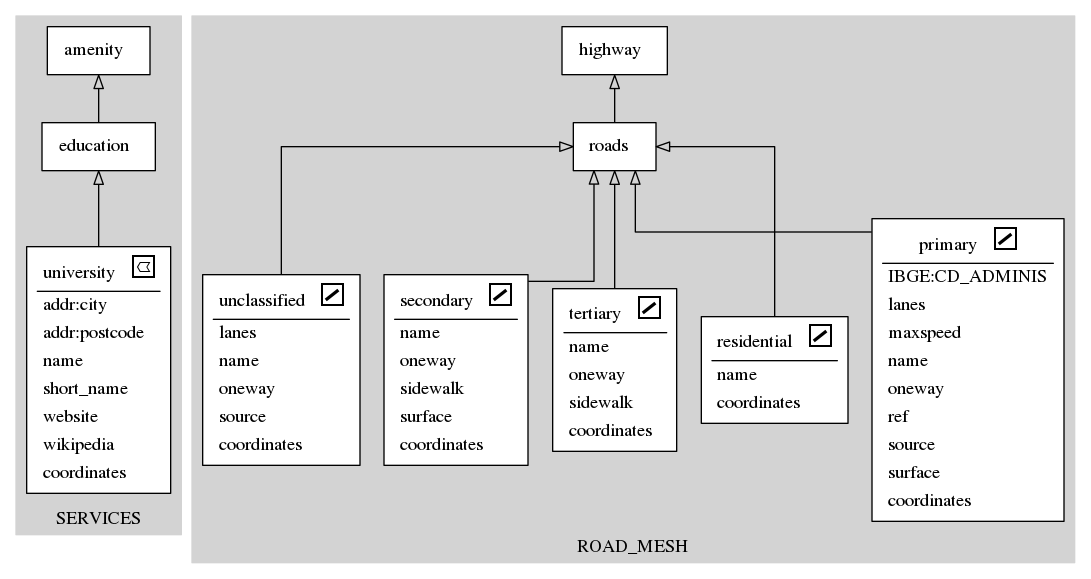
vinisperandio/OSM2Diagram_optmizated keeps this Graphviz diagram as schema.gv.png. Above is the earlier version. Its source is kept beside it as schema.gv. The source it was exported from:
```dot
digraph structs {
	node [shape=box]
	subgraph cluster_SERVICES {
		node [color=black style=filled]
		color=lightgrey style=filled
		label=SERVICES
		0[style = "filled, bold" penwidth = "1" fillcolor="white" label=<
			<TABLE color="black" border="0">
			 <TR>
				<TD align="center"><font color="black">university</font>
				<font FACE="sigmoda" POINT-SIZE="20.0"> e</font></TD>
			</TR>
			<hr/>
			<TR>
				<TD align="left">addr:city</TD>
			 </TR>
			<TR>
				<TD align="left">addr:postcode</TD>
			 </TR>
			<TR>
				<TD align="left">name</TD>
			 </TR>
			<TR>
				<TD align="left">short_name</TD>
			 </TR>
			<TR>
				<TD align="left">website</TD>
			 </TR>
			<TR>
				<TD align="left">wikipedia</TD>
			 </TR>
			<TR>
				<TD align="left">coordinates</TD>
			 </TR>
			</TABLE>>]
		1[style = "filled, bold" penwidth = "1" fillcolor="white" label=<
			<TABLE color="black" border="0">
			 <TR>
				<TD align="center"><font color="black">amenity</font>  </TD>
			</TR>
			</TABLE>>]
		2[style = "filled, bold" penwidth = "1" fillcolor="white" label=<
			<TABLE color="black" border="0">
			 <TR>
				<TD align="center"><font color="black">education</font>  </TD>
			</TR>
			</TABLE>>]
	}
	subgraph cluster_HEALTH {
		node [color=black style=filled]
		color=lightgrey style=filled
		label=HEALTH
	}
	subgraph cluster_ROAD_MESH {
		node [color=black style=filled]
		color=lightgrey style=filled
		label=ROAD_MESH
		3[style = "filled, bold" penwidth = "1" fillcolor="white" label=<
			<TABLE color="black" border="0">
			 <TR>
				<TD align="center"><font color="black">primary</font>
				<font FACE="sigmoda" POINT-SIZE="20.0"> w</font></TD>
			</TR>
			<hr/>
			<TR>
				<TD align="left">IBGE:CD_ADMINIS</TD>
			 </TR>
			<TR>
				<TD align="left">lanes</TD>
			 </TR>
			<TR>
				<TD align="left">maxspeed</TD>
			 </TR>
			<TR>
				<TD align="left">name</TD>
			 </TR>
			<TR>
				<TD align="left">oneway</TD>
			 </TR>
			<TR>
				<TD align="left">ref</TD>
			 </TR>
			<TR>
				<TD align="left">source</TD>
			 </TR>
			<TR>
				<TD align="left">surface</TD>
			 </TR>
			<TR>
				<TD align="left">coordinates</TD>
			 </TR>
			</TABLE>>]
		4[style = "filled, bold" penwidth = "1" fillcolor="white" label=<
			<TABLE color="black" border="0">
			 <TR>
				<TD align="center"><font color="black">highway</font>  </TD>
			</TR>
			</TABLE>>]
		5[style = "filled, bold" penwidth = "1" fillcolor="white" label=<
			<TABLE color="black" border="0">
			 <TR>
				<TD align="center"><font color="black">residential</font>
				<font FACE="sigmoda" POINT-SIZE="20.0"> w</font></TD>
			</TR>
			<hr/>
			<TR>
				<TD align="left">name</TD>
			 </TR>
			<TR>
				<TD align="left">coordinates</TD>
			 </TR>
			</TABLE>>]
		6[style = "filled, bold" penwidth = "1" fillcolor="white" label=<
			<TABLE color="black" border="0">
			 <TR>
				<TD align="center"><font color="black">tertiary</font>
				<font FACE="sigmoda" POINT-SIZE="20.0"> w</font></TD>
			</TR>
			<hr/>
			<TR>
				<TD align="left">name</TD>
			 </TR>
			<TR>
				<TD align="left">oneway</TD>
			 </TR>
			<TR>
				<TD align="left">sidewalk</TD>
			 </TR>
			<TR>
				<TD align="left">coordinates</TD>
			 </TR>
			</TABLE>>]
		7[style = "filled, bold" penwidth = "1" fillcolor="white" label=<
			<TABLE color="black" border="0">
			 <TR>
				<TD align="center"><font color="black">secondary</font>
				<font FACE="sigmoda" POINT-SIZE="20.0"> w</font></TD>
			</TR>
			<hr/>
			<TR>
				<TD align="left">name</TD>
			 </TR>
			<TR>
				<TD align="left">oneway</TD>
			 </TR>
			<TR>
				<TD align="left">sidewalk</TD>
			 </TR>
			<TR>
				<TD align="left">surface</TD>
			 </TR>
			<TR>
				<TD align="left">coordinates</TD>
			 </TR>
			</TABLE>>]
		8[style = "filled, bold" penwidth = "1" fillcolor="white" label=<
			<TABLE color="black" border="0">
			 <TR>
				<TD align="center"><font color="black">unclassified</font>
				<font FACE="sigmoda" POINT-SIZE="20.0"> w</font></TD>
			</TR>
			<hr/>
			<TR>
				<TD align="left">lanes</TD>
			 </TR>
			<TR>
				<TD align="left">name</TD>
			 </TR>
			<TR>
				<TD align="left">oneway</TD>
			 </TR>
			<TR>
				<TD align="left">source</TD>
			 </TR>
			<TR>
				<TD align="left">coordinates</TD>
			 </TR>
			</TABLE>>]
		9[style = "filled, bold" penwidth = "1" fillcolor="white" label=<
			<TABLE color="black" border="0">
			 <TR>
				<TD align="center"><font color="black">roads</font>  </TD>
			</TR>
			</TABLE>>]
	}
		0 -> 2[arrowhead=onormal]
		2 -> 1[arrowhead=onormal]
		3 -> 9[arrowhead=onormal]
		5 -> 9[arrowhead=onormal]
		6 -> 9[arrowhead=onormal]
		7 -> 9[arrowhead=onormal]
		8 -> 9[arrowhead=onormal]
		9 -> 4[arrowhead=onormal]
	rankdir=BT
	splines=ortho
}
```
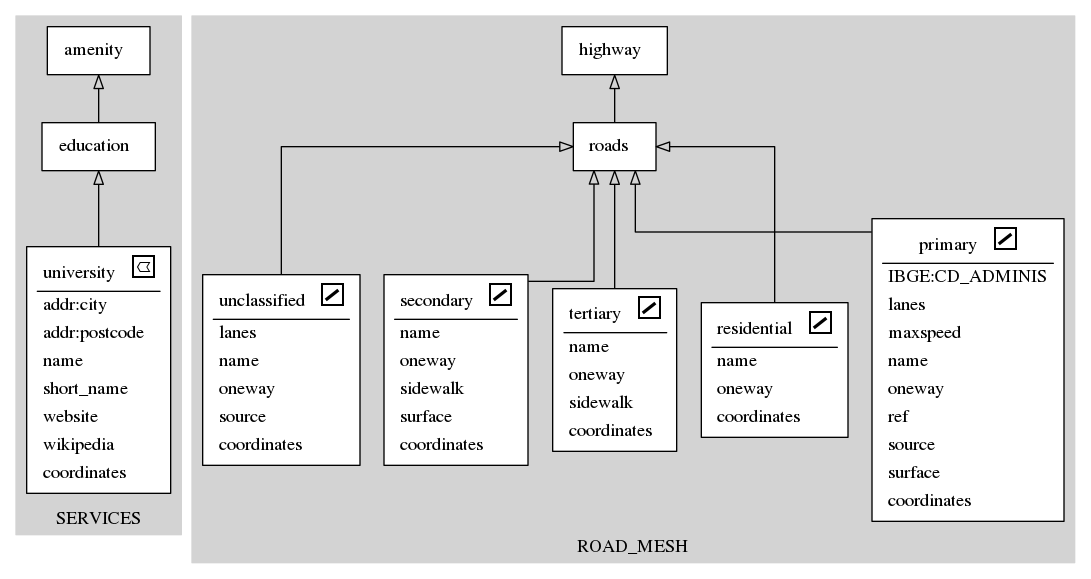
Later version of the same file.

Diff of the diagram source:
```diff
@@ -107,6 +107,9 @@
 				<TD align="left">name</TD>
 			 </TR>
 			<TR>
+				<TD align="left">oneway</TD>
+			 </TR>
+			<TR>
 				<TD align="left">coordinates</TD>
 			 </TR>
 			</TABLE>>]
```
